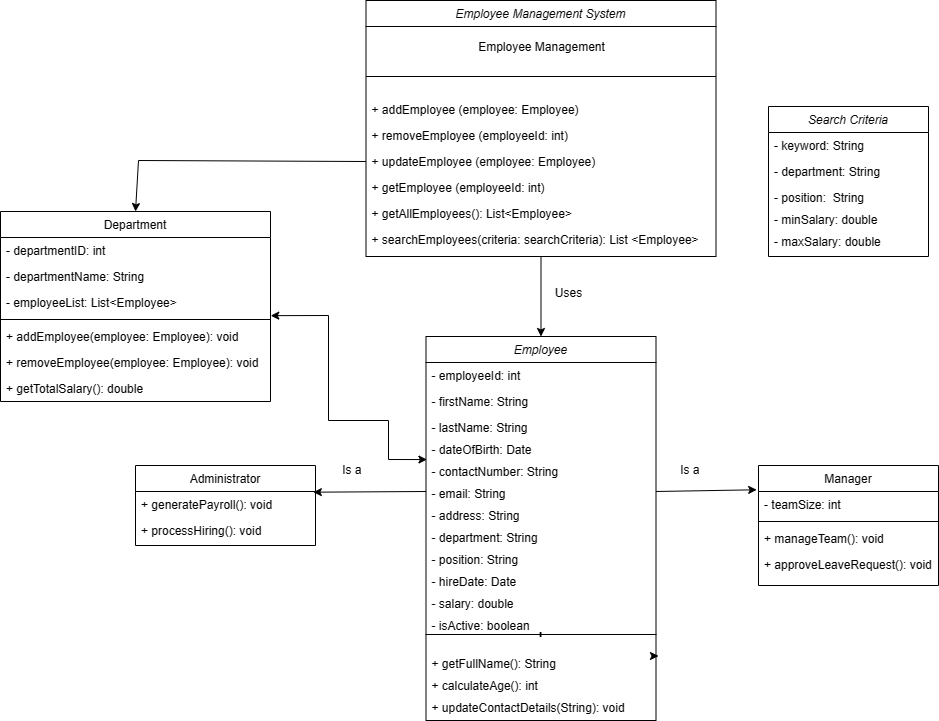
The draw.io diagram Class/classDiagram.drawio.png in ilten22/SAD, before a commit. Source tidied: cells renumbered, new cells last; positions are measured from the earlier drawing's top-left corner, leaving out a move shared by most shapes.
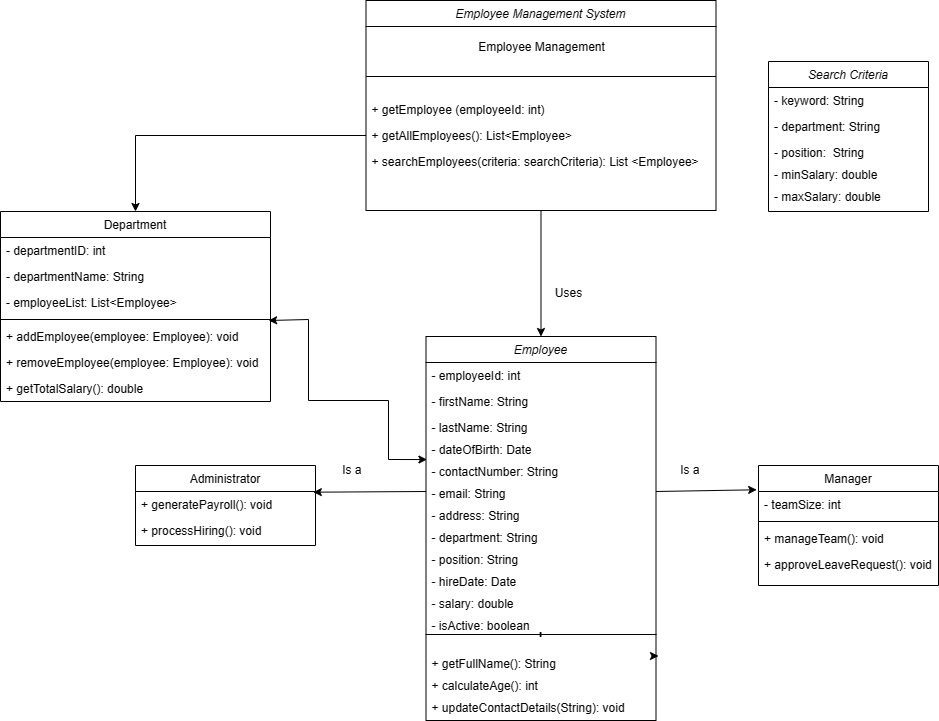
The same file after the commit.

What changed in the source:
```diff
@@ -3,7 +3,7 @@
     <mxCell id="0" />
     <mxCell id="1" parent="0" />
     <mxCell id="2" value="Employee Management System" style="swimlane;fontStyle=2;align=center;verticalAlign=top;horizontal=1;startSize=26;rounded=0;shadow=0;strokeWidth=1;" parent="1" vertex="1">
-      <mxGeometry x="365.5" width="350" height="256" as="geometry" />
+      <mxGeometry x="365.5" width="350" height="210" as="geometry" />
     </mxCell>
     <mxCell id="3" value="Employee Management" style="text;html=1;align=center;verticalAlign=bottom;strokeColor=none;fillColor=none;" parent="2" vertex="1">
       <mxGeometry y="26" width="350" height="30" as="geometry" />
@@ -11,23 +11,14 @@
     <mxCell id="4" style="line;html=1;strokeWidth=1;align=left;verticalAlign=middle;spacingTop=-1;spacingLeft=3;spacingRight=3;labelPosition=right;" parent="2" vertex="1">
       <mxGeometry y="56" width="350" height="40" as="geometry" />
     </mxCell>
-    <mxCell id="5" value="+ addEmployee (employee: Employee)" style="text;align=left;verticalAlign=top;spacingLeft=4;spacingRight=4;overflow=hidden;" parent="2" vertex="1">
-      <mxGeometry y="96" width="350" height="26" as="geometry" />
-    </mxCell>
-    <mxCell id="6" value="+ removeEmployee (employeeId: int)" style="text;align=left;verticalAlign=top;spacingLeft=4;spacingRight=4;overflow=hidden;" parent="2" vertex="1">
-      <mxGeometry y="122" width="350" height="26" as="geometry" />
-    </mxCell>
-    <mxCell id="7" value="+ updateEmployee (employee: Employee)" style="text;align=left;verticalAlign=top;spacingLeft=4;spacingRight=4;overflow=hidden;points=[[0,0.5],[1,0.5]];portConstraint=eastwest;" parent="2" vertex="1">
-      <mxGeometry y="148" width="350" height="26" as="geometry" />
-    </mxCell>
     <mxCell id="8" value="+ getEmployee (employeeId: int)" style="text;align=left;verticalAlign=top;spacingLeft=4;spacingRight=4;overflow=hidden;" parent="2" vertex="1">
-      <mxGeometry y="174" width="350" height="26" as="geometry" />
+      <mxGeometry y="96" width="350" height="26" as="geometry" />
     </mxCell>
     <mxCell id="9" value="+ getAllEmployees(): List&lt;Employee&gt;" style="text;align=left;verticalAlign=top;spacingLeft=4;spacingRight=4;overflow=hidden;" parent="2" vertex="1">
-      <mxGeometry y="200" width="350" height="26" as="geometry" />
+      <mxGeometry y="122" width="350" height="26" as="geometry" />
     </mxCell>
     <mxCell id="10" value="+ searchEmployees(criteria: searchCriteria): List &lt;Employee&gt;" style="text;align=left;verticalAlign=top;spacingLeft=4;spacingRight=4;overflow=hidden;" parent="2" vertex="1">
-      <mxGeometry y="226" width="350" height="26" as="geometry" />
+      <mxGeometry y="148" width="350" height="26" as="geometry" />
     </mxCell>
     <mxCell id="11" value="Employee" style="swimlane;fontStyle=2;align=center;verticalAlign=top;horizontal=1;startSize=26;rounded=0;shadow=0;strokeWidth=1;" parent="1" vertex="1">
       <mxGeometry x="425.5" y="336" width="230" height="298" as="geometry" />
@@ -102,7 +93,7 @@
       <mxGeometry y="52" width="180" height="26" as="geometry" />
     </mxCell>
     <mxCell id="35" value="Search Criteria" style="swimlane;fontStyle=2;align=center;verticalAlign=top;horizontal=1;startSize=26;rounded=0;shadow=0;strokeWidth=1;" parent="1" vertex="1">
-      <mxGeometry x="768" y="106" width="160" height="150" as="geometry" />
+      <mxGeometry x="768" y="61" width="160" height="150" as="geometry" />
     </mxCell>
     <mxCell id="36" value="- keyword: String" style="text;align=left;verticalAlign=top;spacingLeft=4;spacingRight=4;overflow=hidden;" parent="35" vertex="1">
       <mxGeometry y="26" width="160" height="26" as="geometry" />
@@ -152,10 +143,11 @@
     <mxCell id="51" value="+ getTotalSalary(): double" style="text;align=left;verticalAlign=top;spacingLeft=4;spacingRight=4;overflow=hidden;" parent="44" vertex="1">
       <mxGeometry y="164" width="270" height="26" as="geometry" />
     </mxCell>
-    <mxCell id="52" style="endArrow=classic;html=1;rounded=0;exitX=0;exitY=0.5;exitDx=0;exitDy=0;entryX=0.5;entryY=0;entryDx=0;entryDy=0;" parent="1" edge="1" source="7" target="44">
+    <mxCell id="52" style="endArrow=classic;html=1;rounded=0;exitX=0;exitY=0.5;exitDx=0;exitDy=0;entryX=0.5;entryY=0;entryDx=0;entryDy=0;" parent="1" edge="1" target="44">
       <mxGeometry relative="1" as="geometry">
+        <mxPoint x="365.5" y="135" as="sourcePoint" />
         <Array as="points">
-          <mxPoint x="138" y="160" />
+          <mxPoint x="135" y="135" />
         </Array>
       </mxGeometry>
     </mxCell>
@@ -176,12 +168,12 @@
     <mxCell id="57" value="+ updateContactDetails(String): void" style="text;align=left;verticalAlign=top;spacingLeft=4;spacingRight=4;overflow=hidden;rounded=0;shadow=0;html=0;" parent="54" vertex="1">
       <mxGeometry y="60" width="280" height="22" as="geometry" />
     </mxCell>
-    <mxCell id="58" style="endArrow=classic;startArrow=classic;html=1;rounded=0;exitX=1.001;exitY=0.018;exitDx=0;exitDy=0;exitPerimeter=0;entryX=0.004;entryY=0.048;entryDx=0;entryDy=0;entryPerimeter=0;" parent="1" edge="1" source="48" target="16">
+    <mxCell id="58" style="endArrow=classic;startArrow=classic;html=1;rounded=0;exitX=0.993;exitY=0.625;exitDx=0;exitDy=0;exitPerimeter=0;entryX=0.004;entryY=0.048;entryDx=0;entryDy=0;entryPerimeter=0;" parent="1" edge="1" source="48" target="16">
       <mxGeometry relative="1" as="geometry">
         <Array as="points">
-          <mxPoint x="328" y="315" />
-          <mxPoint x="328" y="420" />
-          <mxPoint x="388" y="420" />
+          <mxPoint x="308" y="319" />
+          <mxPoint x="308" y="400" />
+          <mxPoint x="388" y="400" />
           <mxPoint x="388" y="459" />
         </Array>
       </mxGeometry>
```
